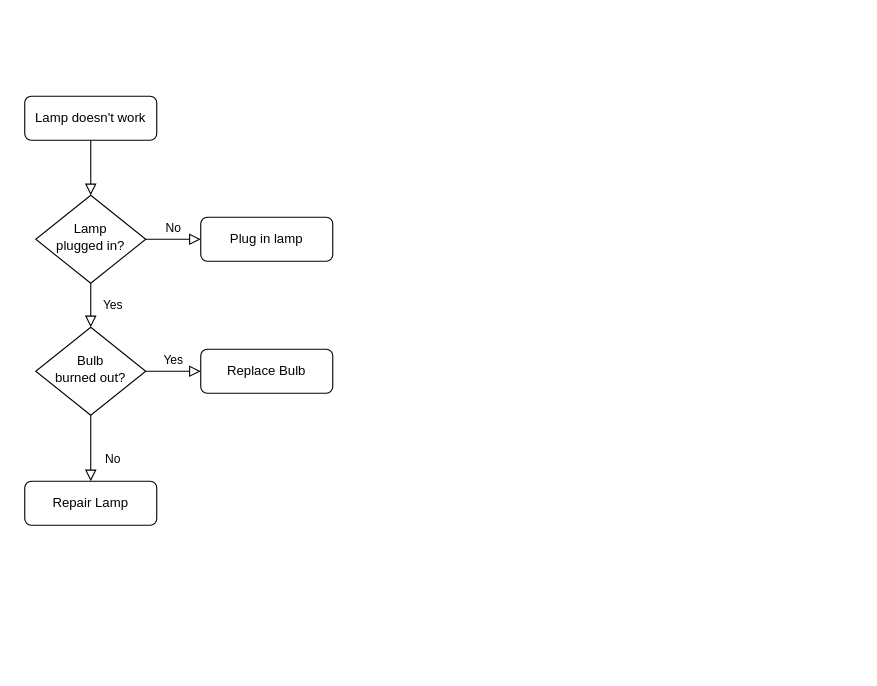
lhesnadeemshaikh/pluralsight-course-react-aspnet-core keeps this draw.io diagram as FCLP-Pricing.drawio. Above is the earlier version. Source tidied: cells renumbered, new cells numbered last; positions are measured from the earlier drawing's top-left corner, leaving out a move shared by most shapes. Both pictures are drawn from the tidied source at 110%, with x=0, y=0 at pixel (24, 96).
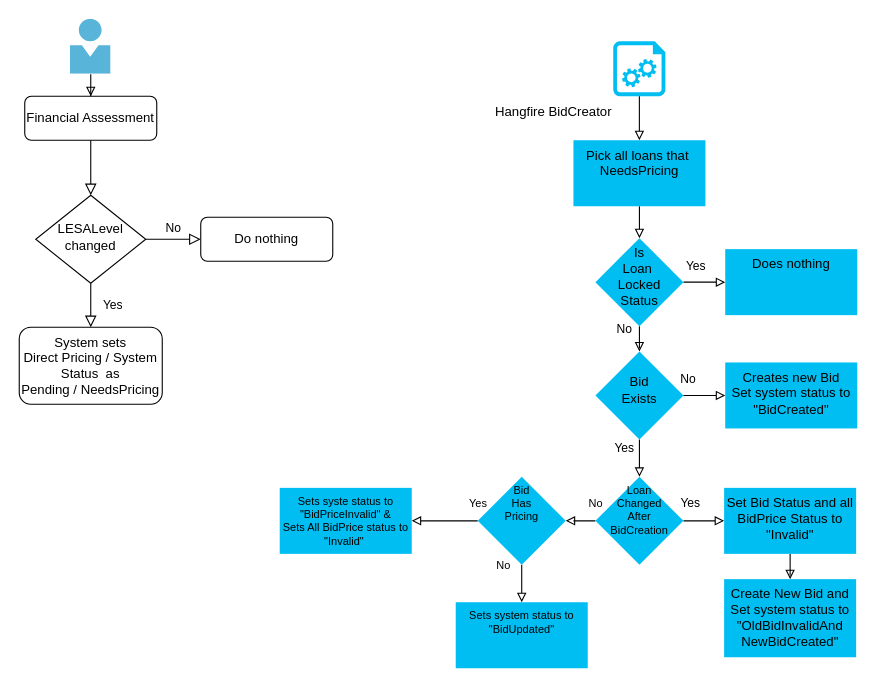
After the change.

Commit message:
bids creator completed

Change to the diagram source:
```diff
@@
-    <mxCell id="3" value="Lamp doesn't work" style="rounded=1;whiteSpace=wrap;html=1;fontSize=12;glass=0;strokeWidth=1;shadow=0;" parent="1" vertex="1">
+    <mxCell id="3" value="Financial Assessment" style="rounded=1;whiteSpace=wrap;html=1;fontSize=12;glass=0;strokeWidth=1;shadow=0;" parent="1" vertex="1">
       <mxGeometry width="120" height="40" as="geometry" />
     </mxCell>
-    <mxCell id="4" value="Yes" style="rounded=0;html=1;jettySize=auto;fontSize=11;endArrow=block;endFill=0;endSize=8;strokeWidth=1;shadow=0;labelBackgroundColor=none;edgeStyle=orthogonalEdgeStyle;" parent="1" edge="1" source="6" target="10">
+    <mxCell id="4" value="Yes" style="rounded=0;html=1;jettySize=auto;fontSize=11;endArrow=block;endFill=0;endSize=8;strokeWidth=1;shadow=0;labelBackgroundColor=none;edgeStyle=orthogonalEdgeStyle;entryX=0.5;entryY=0;entryDx=0;entryDy=0;" parent="1" edge="1" source="6" target="11">
       <mxGeometry y="20" relative="1" as="geometry" />
     </mxCell>
@@
-    <mxCell id="6" value="Lamp&lt;br&gt;plugged in?" style="rhombus;whiteSpace=wrap;html=1;shadow=0;fontFamily=Helvetica;fontSize=12;align=center;strokeWidth=1;spacing=6;spacingTop=-4;" parent="1" vertex="1">
+    <mxCell id="6" value="LESALevel changed" style="rhombus;whiteSpace=wrap;html=1;shadow=0;fontFamily=Helvetica;fontSize=12;align=center;strokeWidth=1;spacing=6;spacingTop=-4;" parent="1" vertex="1">
       <mxGeometry x="10" y="90" width="100" height="80" as="geometry" />
     </mxCell>
-    <mxCell id="7" value="Plug in lamp" style="rounded=1;whiteSpace=wrap;html=1;fontSize=12;glass=0;strokeWidth=1;shadow=0;" parent="1" vertex="1">
+    <mxCell id="7" value="Do nothing" style="rounded=1;whiteSpace=wrap;html=1;fontSize=12;glass=0;strokeWidth=1;shadow=0;" parent="1" vertex="1">
       <mxGeometry x="160" y="110" width="120" height="40" as="geometry" />
     </mxCell>
-    <mxCell id="8" value="No" style="rounded=0;html=1;jettySize=auto;fontSize=11;endArrow=block;endFill=0;endSize=8;strokeWidth=1;shadow=0;labelBackgroundColor=none;edgeStyle=orthogonalEdgeStyle;" parent="1" edge="1" source="10" target="11">
-      <mxGeometry x="0.33" y="20" relative="1" as="geometry" />
-    </mxCell>
-    <mxCell id="9" value="Yes" style="edgeStyle=orthogonalEdgeStyle;rounded=0;html=1;jettySize=auto;fontSize=11;endArrow=block;endFill=0;endSize=8;strokeWidth=1;shadow=0;labelBackgroundColor=none;" parent="1" edge="1" source="10" target="12">
-      <mxGeometry y="10" relative="1" as="geometry" />
-    </mxCell>
-    <mxCell id="10" value="Bulb&lt;br&gt;burned out?" style="rhombus;whiteSpace=wrap;html=1;shadow=0;fontFamily=Helvetica;fontSize=12;align=center;strokeWidth=1;spacing=6;spacingTop=-4;" parent="1" vertex="1">
-      <mxGeometry x="10" y="210" width="100" height="80" as="geometry" />
-    </mxCell>
-    <mxCell id="11" value="Repair Lamp" style="rounded=1;whiteSpace=wrap;html=1;fontSize=12;glass=0;strokeWidth=1;shadow=0;" parent="1" vertex="1">
-      <mxGeometry y="350" width="120" height="40" as="geometry" />
+    <mxCell id="11" value="System sets&lt;br&gt;Direct Pricing / System Status&amp;nbsp; as&lt;br&gt;Pending / NeedsPricing" style="rounded=1;whiteSpace=wrap;html=1;fontSize=12;glass=0;strokeWidth=1;shadow=0;" parent="1" vertex="1">
+      <mxGeometry x="-5" y="210" width="130" height="70" as="geometry" />
     </mxCell>
-    <mxCell id="12" value="Replace Bulb" style="rounded=1;whiteSpace=wrap;html=1;fontSize=12;glass=0;strokeWidth=1;shadow=0;" parent="1" vertex="1">
-      <mxGeometry x="160" y="230" width="120" height="40" as="geometry" />
-    </mxCell>
+    <mxCell id="13" style="edgeStyle=orthogonalEdgeStyle;rounded=0;jettySize=auto;html=1;entryX=0.5;entryY=0;entryDx=0;entryDy=0;endArrow=block;endFill=0;" parent="1" edge="1" source="14" target="3">
+      <mxGeometry relative="1" as="geometry" />
+    </mxCell>
+    <mxCell id="14" style="html=1;points=[];align=center;image;fontSize=12;image=img/lib/mscae/Person.svg;" parent="1" vertex="1">
+      <mxGeometry x="41.5" y="-70" width="37" height="50" as="geometry" />
+    </mxCell>
+    <mxCell id="15" value="Hangfire BidCreator" style="verticalLabelPosition=bottom;html=1;verticalAlign=top;align=right;strokeColor=none;fillColor=#00BEF2;shape=mxgraph.azure.startup_task;labelPosition=left;" parent="1" vertex="1">
+      <mxGeometry x="535" y="-50" width="47.5" height="50" as="geometry" />
+    </mxCell>
+    <mxCell id="16" style="edgeStyle=orthogonalEdgeStyle;rounded=0;jettySize=auto;html=1;endArrow=block;endFill=0;exitX=0.5;exitY=1;exitDx=0;exitDy=0;exitPerimeter=0;" parent="1" edge="1" source="15" target="18">
+      <mxGeometry relative="1" as="geometry" />
+    </mxCell>
+    <mxCell id="17" style="edgeStyle=orthogonalEdgeStyle;rounded=0;jettySize=auto;html=1;endArrow=block;endFill=0;" parent="1" edge="1" source="18" target="21">
+      <mxGeometry relative="1" as="geometry" />
+    </mxCell>
+    <mxCell id="18" value="Pick all loans that&amp;nbsp; NeedsPricing" style="whiteSpace=wrap;html=1;verticalAlign=top;strokeColor=none;fillColor=#00BEF2;" parent="1" vertex="1">
+      <mxGeometry x="498.8" y="40" width="120" height="60" as="geometry" />
+    </mxCell>
+    <mxCell id="19" value="Yes" style="edgeStyle=orthogonalEdgeStyle;rounded=0;jettySize=auto;html=1;endArrow=block;endFill=0;" parent="1" edge="1" source="21" target="22">
+      <mxGeometry x="-0.46" y="15" relative="1" as="geometry" />
+    </mxCell>
+    <mxCell id="20" value="No" style="edgeStyle=orthogonalEdgeStyle;rounded=0;jettySize=auto;html=1;endArrow=block;endFill=0;" parent="1" edge="1" source="21" target="25">
+      <mxGeometry x="-0.88" y="-14" relative="1" as="geometry" />
+    </mxCell>
+    <mxCell id="21" value="Is&lt;br&gt;Loan&amp;nbsp;&lt;br&gt;Locked&lt;br&gt;Status" style="rhombus;whiteSpace=wrap;html=1;verticalAlign=top;strokeColor=none;fillColor=#00BEF2;" parent="1" vertex="1">
+      <mxGeometry x="518.8" y="129" width="80" height="80" as="geometry" />
+    </mxCell>
+    <mxCell id="22" value="Does nothing" style="whiteSpace=wrap;html=1;verticalAlign=top;strokeColor=none;fillColor=#00BEF2;" parent="1" vertex="1">
+      <mxGeometry x="636.8" y="139" width="120" height="60" as="geometry" />
+    </mxCell>
+    <mxCell id="23" value="No" style="edgeStyle=orthogonalEdgeStyle;rounded=0;jettySize=auto;html=1;endArrow=block;endFill=0;" parent="1" edge="1" source="25" target="26">
+      <mxGeometry x="-0.79" y="15" relative="1" as="geometry" />
+    </mxCell>
+    <mxCell id="24" value="Yes" style="edgeStyle=orthogonalEdgeStyle;rounded=0;jettySize=auto;html=1;endArrow=block;endFill=0;" parent="1" edge="1" source="25" target="29">
+      <mxGeometry x="0.13" y="15" relative="1" as="geometry">
+        <mxPoint x="-29" y="-6" as="offset" />
+      </mxGeometry>
+    </mxCell>
+    <mxCell id="25" value="&lt;br&gt;Bid&lt;br&gt;Exists" style="rhombus;whiteSpace=wrap;html=1;verticalAlign=top;strokeColor=none;fillColor=#00BEF2;" parent="1" vertex="1">
+      <mxGeometry x="518.8" y="232" width="80" height="80" as="geometry" />
+    </mxCell>
+    <mxCell id="26" value="Creates new Bid&lt;br&gt;Set system status to &quot;BidCreated&quot;" style="whiteSpace=wrap;html=1;verticalAlign=top;strokeColor=none;fillColor=#00BEF2;" parent="1" vertex="1">
+      <mxGeometry x="636.8" y="242" width="120" height="60" as="geometry" />
+    </mxCell>
+    <mxCell id="27" value="Yes" style="edgeStyle=orthogonalEdgeStyle;rounded=0;jettySize=auto;html=1;endArrow=block;endFill=0;" parent="1" edge="1" source="29" target="31">
+      <mxGeometry x="0.07" y="-19" relative="1" as="geometry">
+        <mxPoint x="-11" y="-35" as="offset" />
+      </mxGeometry>
+    </mxCell>
+    <mxCell id="28" value="No" style="edgeStyle=orthogonalEdgeStyle;rounded=0;jettySize=auto;html=1;endArrow=block;endFill=0;fontSize=10;" parent="1" edge="1" source="29" target="35">
+      <mxGeometry x="0.24" y="17" relative="1" as="geometry">
+        <mxPoint x="7" y="-33" as="offset" />
+      </mxGeometry>
+    </mxCell>
+    <mxCell id="29" value="Loan&lt;br style=&quot;font-size: 10px;&quot;&gt;Changed&lt;br style=&quot;font-size: 10px;&quot;&gt;After&lt;br style=&quot;font-size: 10px;&quot;&gt;BidCreation" style="rhombus;whiteSpace=wrap;html=1;verticalAlign=top;strokeColor=none;fillColor=#00BEF2;fontSize=10;" parent="1" vertex="1">
+      <mxGeometry x="518.8" y="346" width="80" height="80" as="geometry" />
+    </mxCell>
+    <mxCell id="30" style="edgeStyle=orthogonalEdgeStyle;rounded=0;jettySize=auto;html=1;endArrow=block;endFill=0;" parent="1" edge="1" source="31" target="32">
+      <mxGeometry relative="1" as="geometry" />
+    </mxCell>
+    <mxCell id="31" value="Set Bid Status and all BidPrice Status to &quot;Invalid&quot;" style="whiteSpace=wrap;html=1;verticalAlign=top;strokeColor=none;fillColor=#00BEF2;" parent="1" vertex="1">
+      <mxGeometry x="635.8" y="356" width="120" height="60" as="geometry" />
+    </mxCell>
+    <mxCell id="32" value="Create New Bid and Set system status to &quot;OldBidInvalidAnd&lt;br&gt;NewBidCreated&quot;" style="whiteSpace=wrap;html=1;verticalAlign=top;strokeColor=none;fillColor=#00BEF2;" parent="1" vertex="1">
+      <mxGeometry x="635.8" y="439" width="120" height="71" as="geometry" />
+    </mxCell>
+    <mxCell id="33" value="Yes" style="edgeStyle=orthogonalEdgeStyle;rounded=0;jettySize=auto;html=1;endArrow=block;endFill=0;fontSize=10;" parent="1" edge="1" source="35" target="36">
+      <mxGeometry x="-1" y="-16" relative="1" as="geometry" />
+    </mxCell>
+    <mxCell id="34" value="No" style="edgeStyle=orthogonalEdgeStyle;rounded=0;jettySize=auto;html=1;endArrow=block;endFill=0;fontSize=10;" parent="1" edge="1" source="35" target="37">
+      <mxGeometry x="0.13" y="22" relative="1" as="geometry">
+        <mxPoint x="-39" y="-14" as="offset" />
+      </mxGeometry>
+    </mxCell>
+    <mxCell id="35" value="Bid&lt;br&gt;Has&lt;br&gt;Pricing" style="rhombus;whiteSpace=wrap;html=1;verticalAlign=top;strokeColor=none;fillColor=#00BEF2;fontSize=10;" parent="1" vertex="1">
+      <mxGeometry x="411.8" y="346" width="80" height="80" as="geometry" />
+    </mxCell>
+    <mxCell id="36" value="Sets syste status to &quot;BidPriceInvalid&quot; &amp;amp; &lt;br&gt;Sets All BidPrice status to &quot;Invalid&quot;&amp;nbsp;" style="whiteSpace=wrap;html=1;fontSize=10;verticalAlign=top;strokeColor=none;fillColor=#00BEF2;" parent="1" vertex="1">
+      <mxGeometry x="231.8" y="356" width="120" height="60" as="geometry" />
+    </mxCell>
+    <mxCell id="37" value="Sets system status to &quot;BidUpdated&quot;" style="whiteSpace=wrap;html=1;fontSize=10;verticalAlign=top;strokeColor=none;fillColor=#00BEF2;" parent="1" vertex="1">
+      <mxGeometry x="391.8" y="460" width="120" height="60" as="geometry" />
+    </mxCell>
```
